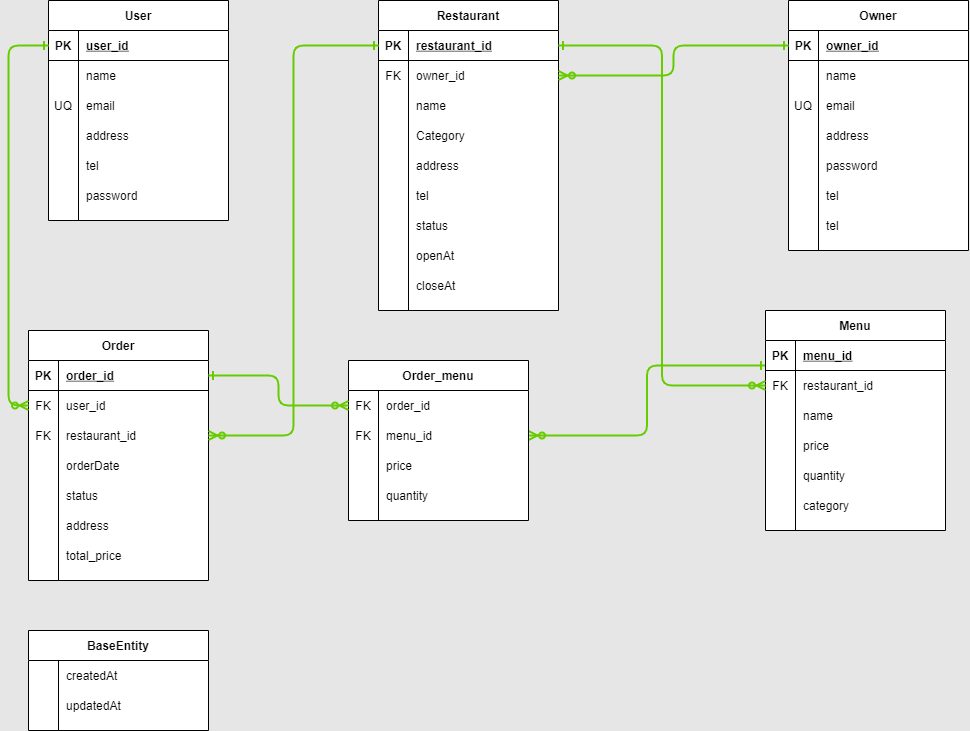
The draw.io diagram delivery.drawio.png in setung/delivery, before a commit. Source tidied: cells renumbered, new cells last; positions are measured from the earlier drawing's top-left corner, leaving out a move shared by most shapes.
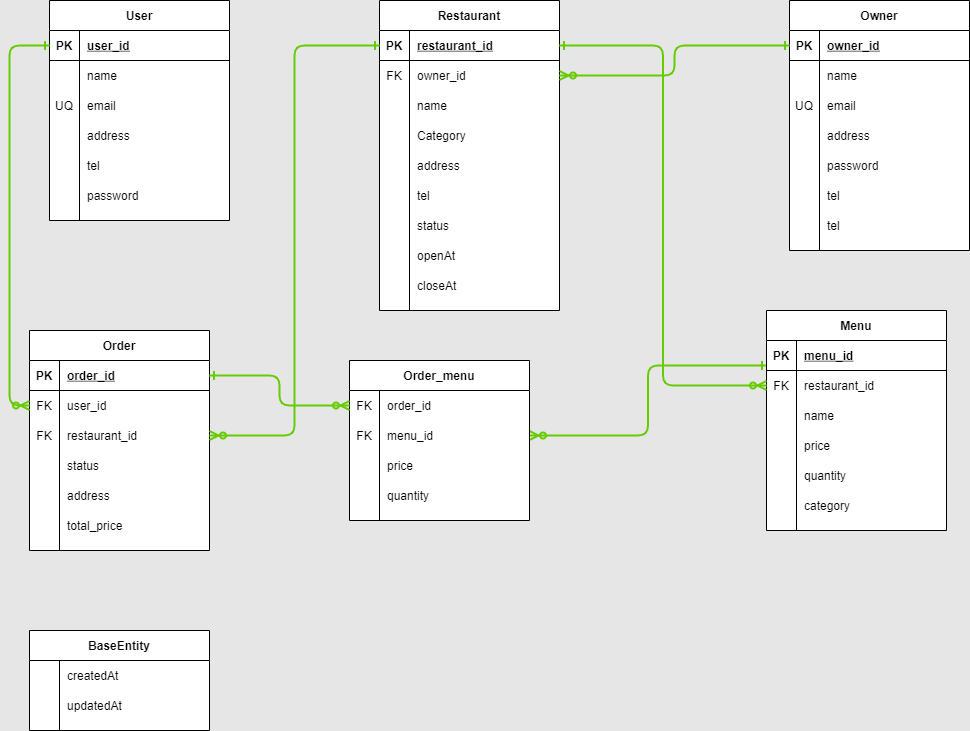
Later version of the same file.

What changed in the source:
```diff
@@ -291,7 +291,7 @@
       <mxGeometry x="30" width="150" height="30" as="geometry" />
     </mxCell>
     <mxCell id="98" value="Order" style="shape=table;startSize=30;rowLines=0;fontStyle=1;align=center;swimlaneFillColor=default;" parent="1" vertex="1">
-      <mxGeometry y="330" width="180" height="250" as="geometry" />
+      <mxGeometry y="330" width="180" height="220" as="geometry" />
     </mxCell>
     <mxCell id="99" style="shape=partialRectangle;fillColor=none;top=0;left=0;bottom=1;right=0;points=[[0,0.5],[1,0.5]];portConstraint=eastwest;" parent="98" vertex="1">
       <mxGeometry y="30" width="180" height="30" as="geometry" />
@@ -320,17 +320,8 @@
     <mxCell id="107" value="restaurant_id" style="shape=partialRectangle;fillColor=none;top=0;left=0;bottom=0;right=0;align=left;spacingLeft=6;overflow=hidden;" parent="105" vertex="1">
       <mxGeometry x="30" width="150" height="30" as="geometry" />
     </mxCell>
-    <mxCell id="108" style="shape=partialRectangle;fillColor=none;top=0;left=0;bottom=0;right=0;" parent="98" vertex="1">
-      <mxGeometry y="120" width="180" height="30" as="geometry" />
-    </mxCell>
-    <mxCell id="109" style="shape=partialRectangle;fillColor=none;top=0;left=0;bottom=0;right=0;overflow=hidden;" parent="108" vertex="1">
-      <mxGeometry width="30" height="30" as="geometry" />
-    </mxCell>
-    <mxCell id="110" value="orderDate" style="shape=partialRectangle;fillColor=none;top=0;left=0;bottom=0;right=0;align=left;spacingLeft=6;overflow=hidden;" parent="108" vertex="1">
-      <mxGeometry x="30" width="150" height="30" as="geometry" />
-    </mxCell>
     <mxCell id="111" style="shape=partialRectangle;fillColor=none;top=0;left=0;bottom=0;right=0;" parent="98" vertex="1">
-      <mxGeometry y="150" width="180" height="30" as="geometry" />
+      <mxGeometry y="120" width="180" height="30" as="geometry" />
     </mxCell>
     <mxCell id="112" style="shape=partialRectangle;fillColor=none;top=0;left=0;bottom=0;right=0;overflow=hidden;" parent="111" vertex="1">
       <mxGeometry width="30" height="30" as="geometry" />
@@ -339,7 +330,7 @@
       <mxGeometry x="30" width="150" height="30" as="geometry" />
     </mxCell>
     <mxCell id="114" style="shape=partialRectangle;fillColor=none;top=0;left=0;bottom=0;right=0;" parent="98" vertex="1">
-      <mxGeometry y="180" width="180" height="30" as="geometry" />
+      <mxGeometry y="150" width="180" height="30" as="geometry" />
     </mxCell>
     <mxCell id="115" style="shape=partialRectangle;fillColor=none;top=0;left=0;bottom=0;right=0;overflow=hidden;" parent="114" vertex="1">
       <mxGeometry width="30" height="30" as="geometry" />
@@ -348,7 +339,7 @@
       <mxGeometry x="30" width="150" height="30" as="geometry" />
     </mxCell>
     <mxCell id="117" style="shape=partialRectangle;fillColor=none;top=0;left=0;bottom=0;right=0;" parent="98" vertex="1">
-      <mxGeometry y="210" width="180" height="30" as="geometry" />
+      <mxGeometry y="180" width="180" height="30" as="geometry" />
     </mxCell>
     <mxCell id="118" style="shape=partialRectangle;fillColor=none;top=0;left=0;bottom=0;right=0;overflow=hidden;" parent="117" vertex="1">
       <mxGeometry width="30" height="30" as="geometry" />
```
